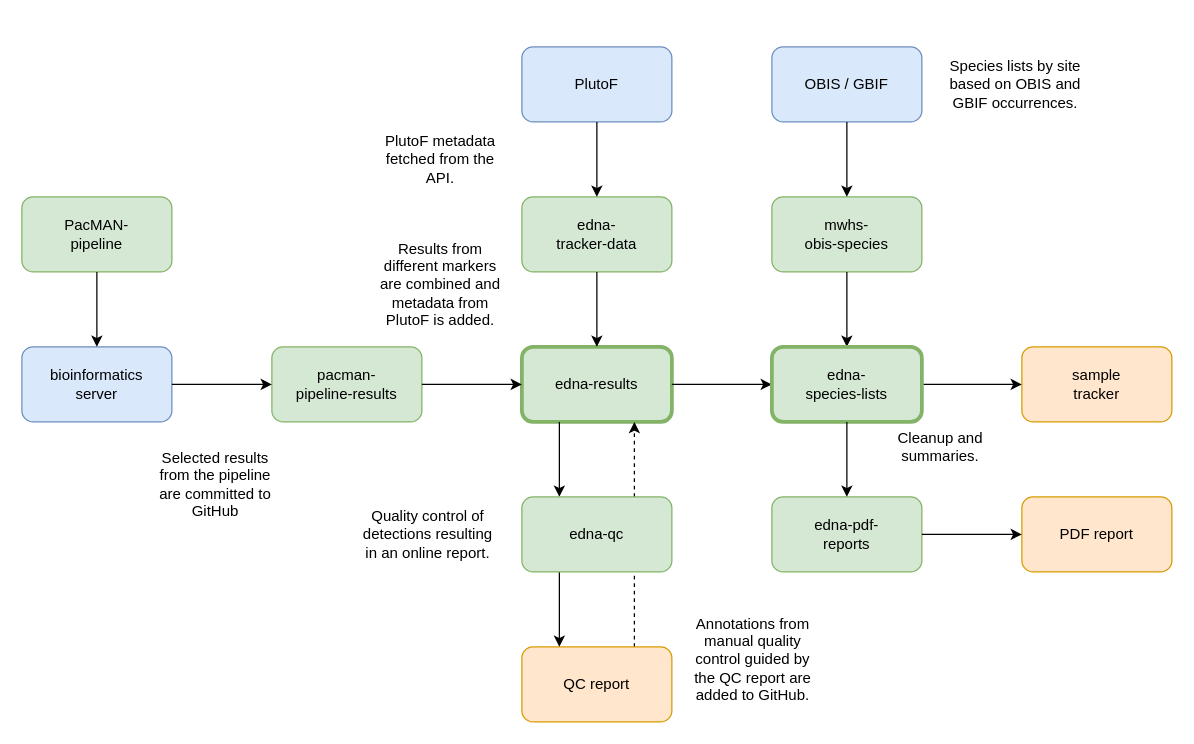
The draw.io diagram data_flow.drawio in iobis/edna-expeditions, before the edit. Source tidied: cells renumbered, new cells numbered last; positions are measured from the earlier drawing's top-left corner, leaving out a move shared by most shapes. Both pictures are drawn from the tidied source at 125%, with x=0, y=0 at pixel (21, 21).
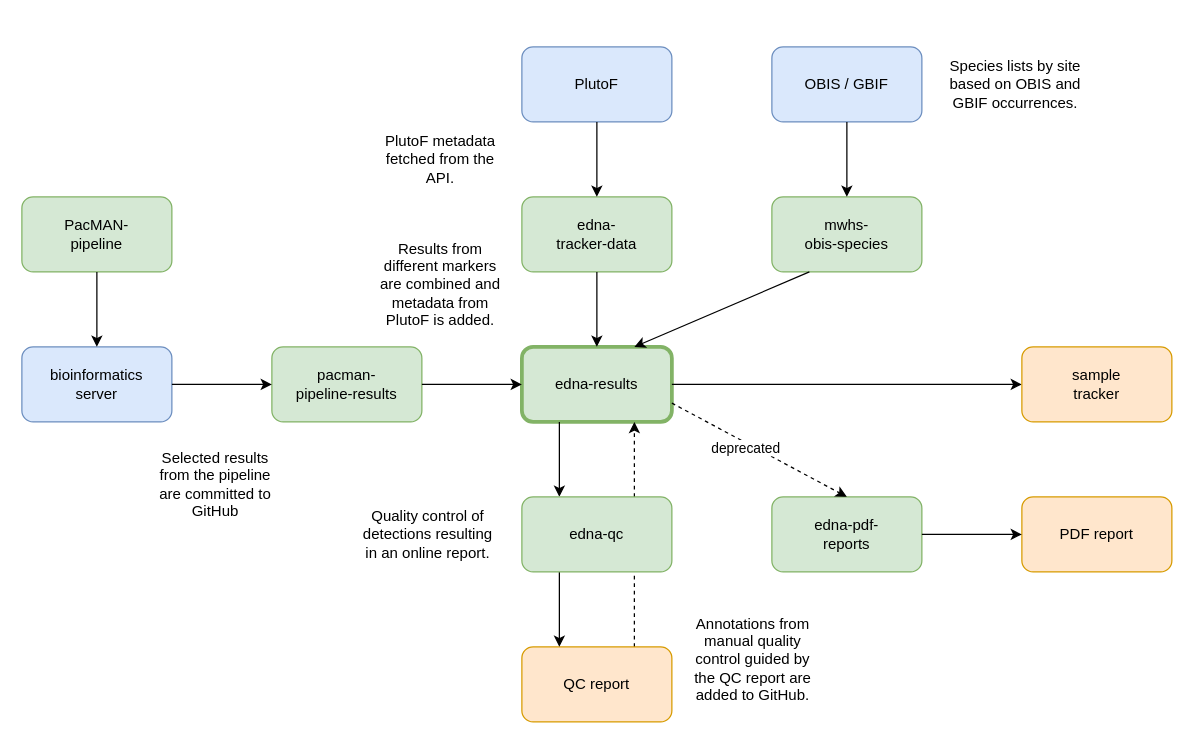
The same diagram, later.

The change refers to these unchanged cells:
```xml
<mxCell id="3" value="edna-results" style="rounded=1;whiteSpace=wrap;html=1;fillColor=#d5e8d4;strokeColor=#82b366;strokeWidth=3;" parent="1" vertex="1">
  <mxGeometry x="400" y="260" width="120" height="60" as="geometry" />
</mxCell>
<mxCell id="8" value="mwhs-&lt;br&gt;obis-species" style="rounded=1;whiteSpace=wrap;html=1;fillColor=#d5e8d4;strokeColor=#82b366;" parent="1" vertex="1">
  <mxGeometry x="600" y="140" width="120" height="60" as="geometry" />
</mxCell>
<mxCell id="14" value="sample&lt;br&gt;tracker" style="rounded=1;whiteSpace=wrap;html=1;fillColor=#ffe6cc;strokeColor=#d79b00;" parent="1" vertex="1">
  <mxGeometry x="800" y="260" width="120" height="60" as="geometry" />
</mxCell>
<mxCell id="16" value="edna-pdf-&lt;br&gt;reports" style="rounded=1;whiteSpace=wrap;html=1;fillColor=#d5e8d4;strokeColor=#82b366;" parent="1" vertex="1">
  <mxGeometry x="600" y="380" width="120" height="60" as="geometry" />
</mxCell>
```

Diff of the diagram source:
```diff
@@
-    <mxCell id="7" style="endArrow=classic;html=1;rounded=0;entryX=0;entryY=0.5;entryDx=0;entryDy=0;exitX=1;exitY=0.5;exitDx=0;exitDy=0;" parent="1" edge="1" source="3" target="21">
+    <mxCell id="7" style="endArrow=classic;html=1;rounded=0;entryX=0;entryY=0.5;entryDx=0;entryDy=0;exitX=1;exitY=0.5;exitDx=0;exitDy=0;" parent="1" edge="1" source="3" target="14">
       <mxGeometry relative="1" as="geometry" />
     </mxCell>
@@
-    <mxCell id="9" style="endArrow=classic;html=1;rounded=0;exitX=0.5;exitY=1;exitDx=0;exitDy=0;entryX=0.5;entryY=0;entryDx=0;entryDy=0;" parent="1" edge="1" source="8" target="21">
+    <mxCell id="9" style="endArrow=classic;html=1;rounded=0;exitX=0.25;exitY=1;exitDx=0;exitDy=0;entryX=0.75;entryY=0;entryDx=0;entryDy=0;" parent="1" edge="1" source="8" target="3">
       <mxGeometry relative="1" as="geometry" />
     </mxCell>
@@
-    <mxCell id="15" style="endArrow=classic;html=1;rounded=0;exitX=1;exitY=0.5;exitDx=0;exitDy=0;entryX=0;entryY=0.5;entryDx=0;entryDy=0;" parent="1" edge="1" source="21" target="14">
-      <mxGeometry relative="1" as="geometry" />
-    </mxCell>
@@
-    <mxCell id="21" value="edna-&lt;br&gt;species-lists" style="rounded=1;whiteSpace=wrap;html=1;fillColor=#d5e8d4;strokeColor=#82b366;strokeWidth=3;" parent="1" vertex="1">
-      <mxGeometry x="600" y="260" width="120" height="60" as="geometry" />
-    </mxCell>
@@
-    <mxCell id="33" style="endArrow=classic;html=1;rounded=0;exitX=0.5;exitY=1;exitDx=0;exitDy=0;entryX=0.5;entryY=0;entryDx=0;entryDy=0;" parent="1" edge="1" source="21" target="16">
+    <mxCell id="33" style="endArrow=classic;html=1;rounded=0;entryX=0.5;entryY=0;entryDx=0;entryDy=0;dashed=1;exitX=1;exitY=0.75;exitDx=0;exitDy=0;" parent="1" edge="1" source="3" target="16">
       <mxGeometry relative="1" as="geometry" />
     </mxCell>
-    <mxCell id="34" value="Cleanup and&lt;br&gt;summaries." style="text;html=1;strokeColor=none;fillColor=none;align=center;verticalAlign=middle;whiteSpace=wrap;rounded=0;" parent="1" vertex="1">
-      <mxGeometry x="680" y="310" width="110" height="60" as="geometry" />
-    </mxCell>
+    <mxCell id="37" value="deprecated" style="edgeLabel;html=1;align=center;verticalAlign=middle;" parent="33" vertex="1">
+      <mxGeometry x="-0.15" y="-4" relative="1" as="geometry" />
+    </mxCell>
```
